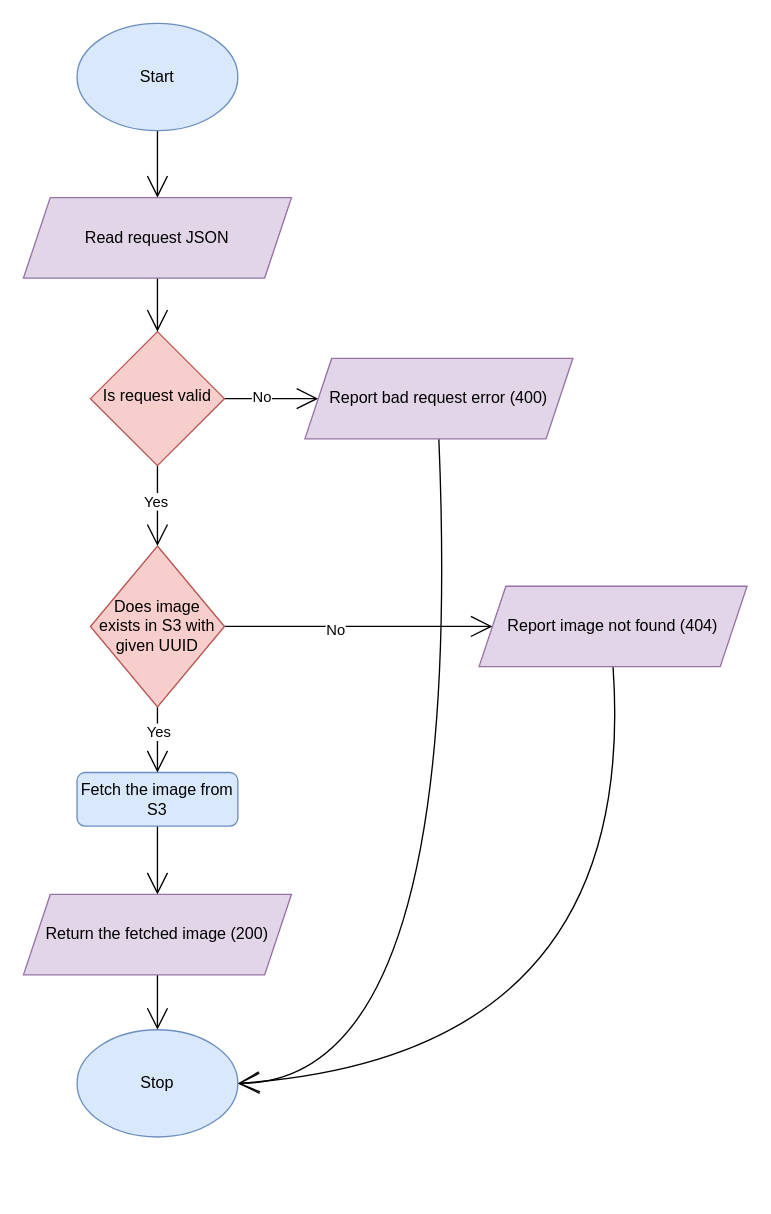
The draw.io diagram UpdateImage_API_flowchart.drawio in roushanatlcci/testRepo, before the edit. Source tidied: cells renumbered, new cells numbered last; positions are measured from the earlier drawing's top-left corner, leaving out a move shared by most shapes. Both pictures are drawn from the tidied source at 134%, with x=0, y=0 at pixel (23, 23).
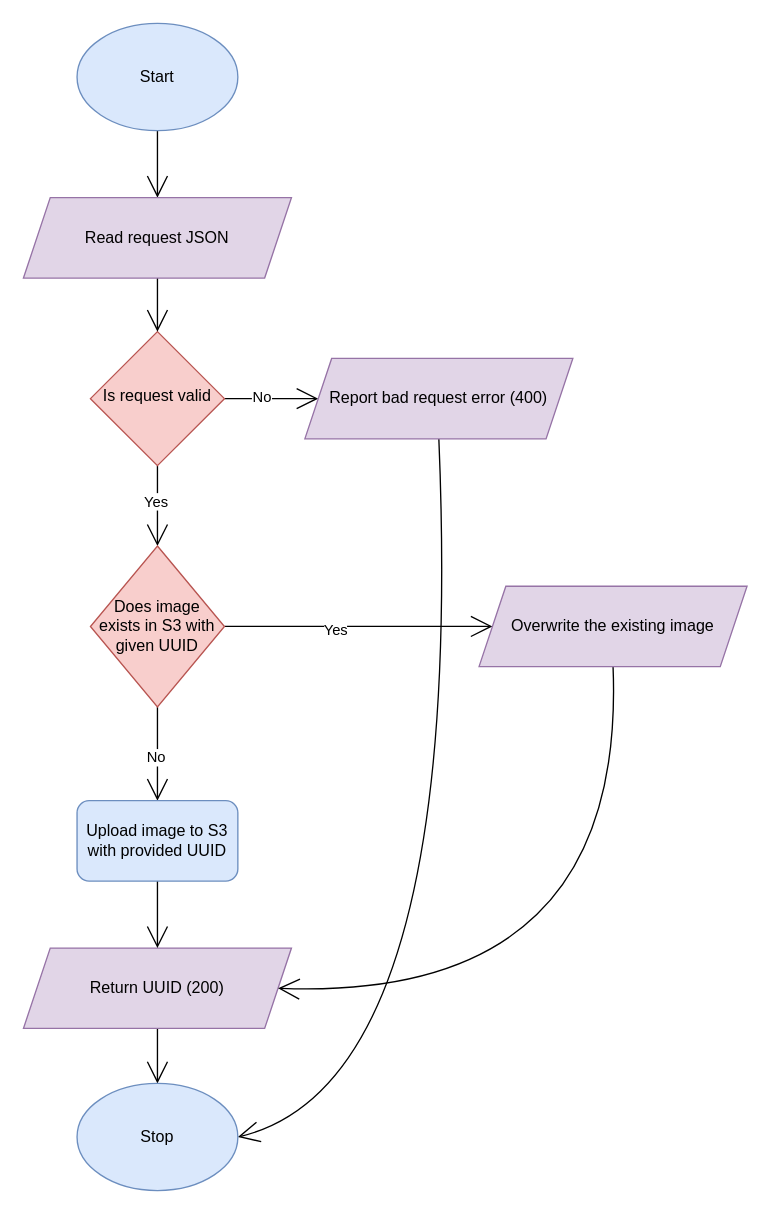
The same page after the edit.

The change refers to these unchanged cells:
```xml
<mxCell id="18" style="edgeStyle=none;curved=1;rounded=0;jettySize=auto;html=1;exitX=1;exitY=0.5;exitDx=0;exitDy=0;entryX=0;entryY=0.5;entryDx=0;entryDy=0;endArrow=open;startSize=14;endSize=14;sourcePerimeterSpacing=8;targetPerimeterSpacing=8;" parent="1" edge="1" source="22" target="24">
  <mxGeometry relative="1" as="geometry" />
</mxCell>
<mxCell id="22" value="Does image exists in S3 with given UUID" style="rhombus;whiteSpace=wrap;html=1;hachureGap=4;fillColor=#f8cecc;strokeColor=#b85450;" parent="1" vertex="1">
  <mxGeometry x="50" y="390" width="100" height="120" as="geometry" />
</mxCell>
```

Diff of the diagram source:
```diff
@@
-    <mxCell id="9" style="edgeStyle=none;curved=1;rounded=0;jettySize=auto;html=1;exitX=0.5;exitY=1;exitDx=0;exitDy=0;endArrow=open;startSize=14;endSize=14;sourcePerimeterSpacing=8;targetPerimeterSpacing=8;entryX=0.5;entryY=0;entryDx=0;entryDy=0;" parent="1" edge="1" source="10" target="14">
-      <mxGeometry relative="1" as="geometry" />
-    </mxCell>
-    <mxCell id="10" value="Fetch the image from S3" style="rounded=1;whiteSpace=wrap;html=1;fontSize=12;glass=0;strokeWidth=1;shadow=0;fillColor=#dae8fc;strokeColor=#6c8ebf;" parent="1" vertex="1">
-      <mxGeometry x="40" y="559" width="120" height="40" as="geometry" />
-    </mxCell>
@@
     <mxCell id="13" value="Stop" style="ellipse;whiteSpace=wrap;html=1;hachureGap=4;fillColor=#dae8fc;strokeColor=#6c8ebf;" parent="1" vertex="1">
-      <mxGeometry x="40" y="751" width="120" height="80" as="geometry" />
+      <mxGeometry x="40" y="791" width="120" height="80" as="geometry" />
     </mxCell>
-    <mxCell id="14" value="&lt;span&gt;Return the fetched image (200)&lt;/span&gt;" style="shape=parallelogram;perimeter=parallelogramPerimeter;whiteSpace=wrap;html=1;fixedSize=1;hachureGap=4;fillColor=#e1d5e7;strokeColor=#9673a6;" parent="1" vertex="1">
-      <mxGeometry y="650" width="200" height="60" as="geometry" />
+    <mxCell id="14" value="&lt;span&gt;Return UUID (200)&lt;/span&gt;" style="shape=parallelogram;perimeter=parallelogramPerimeter;whiteSpace=wrap;html=1;fixedSize=1;hachureGap=4;fillColor=#e1d5e7;strokeColor=#9673a6;" parent="1" vertex="1">
+      <mxGeometry y="690" width="200" height="60" as="geometry" />
     </mxCell>
@@
-    <mxCell id="19" value="No" style="edgeLabel;html=1;align=center;verticalAlign=middle;" parent="18" vertex="1">
+    <mxCell id="19" value="Yes" style="edgeLabel;html=1;align=center;verticalAlign=middle;" parent="18" vertex="1">
       <mxGeometry x="-0.18" y="-2" relative="1" as="geometry" />
     </mxCell>
-    <mxCell id="20" style="edgeStyle=none;curved=1;rounded=0;jettySize=auto;html=1;exitX=0.5;exitY=1;exitDx=0;exitDy=0;entryX=0.5;entryY=0;entryDx=0;entryDy=0;endArrow=open;startSize=14;endSize=14;sourcePerimeterSpacing=8;targetPerimeterSpacing=8;" parent="1" edge="1" source="22" target="10">
+    <mxCell id="20" style="edgeStyle=none;curved=1;rounded=0;jettySize=auto;html=1;exitX=0.5;exitY=1;exitDx=0;exitDy=0;entryX=0.5;entryY=0;entryDx=0;entryDy=0;endArrow=open;startSize=14;endSize=14;sourcePerimeterSpacing=8;targetPerimeterSpacing=8;" parent="1" edge="1" source="22" target="27">
       <mxGeometry relative="1" as="geometry" />
     </mxCell>
-    <mxCell id="21" value="Yes" style="edgeLabel;html=1;align=center;verticalAlign=middle;" parent="20" vertex="1">
-      <mxGeometry x="-0.26" relative="1" as="geometry" />
-    </mxCell>
+    <mxCell id="25" value="No" style="edgeLabel;html=1;align=center;verticalAlign=middle;" parent="20" vertex="1">
+      <mxGeometry x="0.05" y="-2" relative="1" as="geometry" />
+    </mxCell>
@@
-    <mxCell id="23" style="edgeStyle=none;curved=1;rounded=0;jettySize=auto;html=1;exitX=0.5;exitY=1;exitDx=0;exitDy=0;entryX=1;entryY=0.5;entryDx=0;entryDy=0;endArrow=open;startSize=14;endSize=14;sourcePerimeterSpacing=8;targetPerimeterSpacing=8;" parent="1" edge="1" source="24" target="13">
+    <mxCell id="23" style="edgeStyle=none;curved=1;rounded=0;jettySize=auto;html=1;exitX=0.5;exitY=1;exitDx=0;exitDy=0;entryX=1;entryY=0.5;entryDx=0;entryDy=0;endArrow=open;startSize=14;endSize=14;sourcePerimeterSpacing=8;targetPerimeterSpacing=8;" parent="1" edge="1" source="24" target="14">
       <mxGeometry relative="1" as="geometry">
         <Array as="points">
-          <mxPoint x="460" y="770" />
+          <mxPoint x="450" y="730" />
         </Array>
       </mxGeometry>
     </mxCell>
-    <mxCell id="24" value="Report image not found (404)" style="shape=parallelogram;perimeter=parallelogramPerimeter;whiteSpace=wrap;html=1;fixedSize=1;hachureGap=4;fillColor=#e1d5e7;strokeColor=#9673a6;" parent="1" vertex="1">
+    <mxCell id="24" value="Overwrite the existing image" style="shape=parallelogram;perimeter=parallelogramPerimeter;whiteSpace=wrap;html=1;fixedSize=1;hachureGap=4;fillColor=#e1d5e7;strokeColor=#9673a6;" parent="1" vertex="1">
       <mxGeometry x="340" y="420" width="200" height="60" as="geometry" />
     </mxCell>
+    <mxCell id="26" style="edgeStyle=none;curved=1;rounded=0;jettySize=auto;html=1;exitX=0.5;exitY=1;exitDx=0;exitDy=0;entryX=0.5;entryY=0;entryDx=0;entryDy=0;endArrow=open;startSize=14;endSize=14;sourcePerimeterSpacing=8;targetPerimeterSpacing=8;" parent="1" edge="1" source="27" target="14">
+      <mxGeometry relative="1" as="geometry" />
+    </mxCell>
+    <mxCell id="27" value="Upload image to S3 with provided UUID" style="rounded=1;whiteSpace=wrap;html=1;hachureGap=4;fillColor=#dae8fc;strokeColor=#6c8ebf;" parent="1" vertex="1">
+      <mxGeometry x="40" y="580" width="120" height="60" as="geometry" />
+    </mxCell>
```
